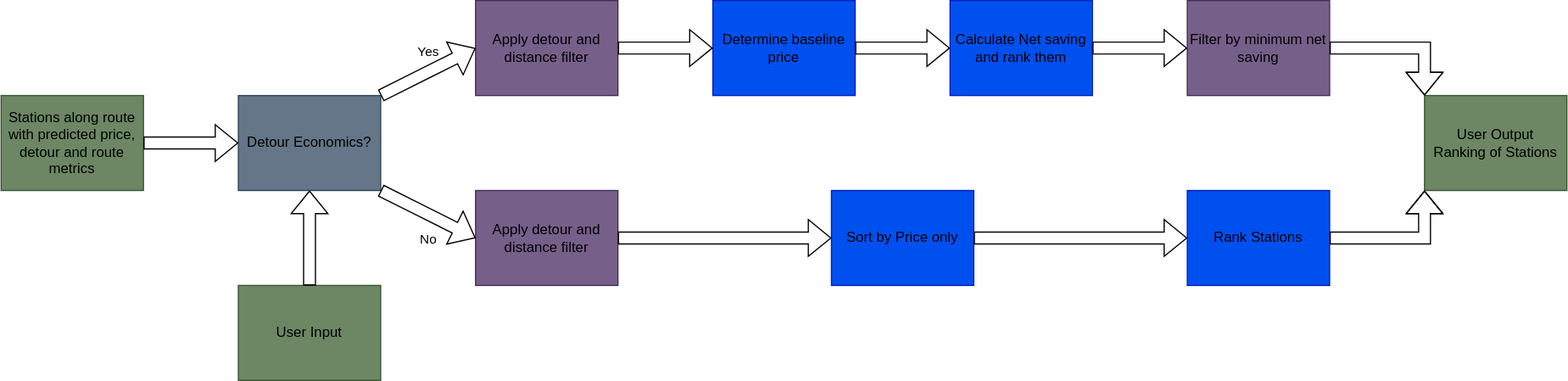
This is structure_graphs/light_theme_recommender.drawio.svg from momade02/ds_project_main, a draw.io export, as it was before one commit. Source tidied: cells renumbered, new cells last; positions are measured from the earlier drawing's top-left corner, leaving out a move shared by most shapes. The source it was exported from:
```xml
<mxGraphModel>
  <root>
    <mxCell id="0" />
    <mxCell id="1" parent="0" />
    <mxCell id="2" value="Detour Economics?" style="rounded=0;whiteSpace=wrap;html=1;fillColor=#647687;strokeColor=#314354;fontColor=#000000;shadow=0;" parent="1" vertex="1">
      <mxGeometry x="200" y="80" width="120" height="80" as="geometry" />
    </mxCell>
    <mxCell id="3" value="&lt;span style=&quot;color: rgb(0, 0, 0);&quot;&gt;Apply detour and distance filter&lt;/span&gt;" style="rounded=0;whiteSpace=wrap;html=1;fillColor=#76608a;strokeColor=#432D57;fontColor=#ffffff;" parent="1" vertex="1">
      <mxGeometry x="400" width="120" height="80" as="geometry" />
    </mxCell>
    <mxCell id="4" value="Determine baseline price" style="rounded=0;whiteSpace=wrap;html=1;fillColor=#0050ef;strokeColor=#001DBC;fontColor=#000000;" parent="1" vertex="1">
      <mxGeometry x="600" width="120" height="80" as="geometry" />
    </mxCell>
    <mxCell id="5" value="Yes" style="shape=flexArrow;endArrow=classic;html=1;rounded=0;entryX=0;entryY=0.5;entryDx=0;entryDy=0;exitX=1;exitY=0;exitDx=0;exitDy=0;fillColor=none;fontColor=#000000;labelBackgroundColor=none;labelPosition=center;verticalLabelPosition=top;align=center;verticalAlign=bottom;spacing=10;strokeColor=#000000;" parent="1" edge="1" source="2" target="3">
      <mxGeometry relative="1" as="geometry" />
    </mxCell>
    <mxCell id="6" style="shape=flexArrow;endArrow=classic;html=1;rounded=0;entryX=0;entryY=0.5;entryDx=0;entryDy=0;exitX=1;exitY=0.5;exitDx=0;exitDy=0;fillColor=none;fontColor=#000000;strokeColor=#000000;" parent="1" edge="1" source="3" target="4">
      <mxGeometry relative="1" as="geometry" />
    </mxCell>
    <mxCell id="7" value="User Output&lt;br&gt;Ranking of Stations" style="rounded=0;whiteSpace=wrap;html=1;fillColor=#6d8764;strokeColor=#3A5431;fontColor=#000000;" parent="1" vertex="1">
      <mxGeometry x="1200" y="80" width="120" height="80" as="geometry" />
    </mxCell>
    <mxCell id="8" value="Stations along route with predicted price, detour and route metrics" style="rounded=0;whiteSpace=wrap;html=1;fillColor=#6d8764;strokeColor=#3A5431;fontColor=#000000;" parent="1" vertex="1">
      <mxGeometry y="80" width="120" height="80" as="geometry" />
    </mxCell>
    <mxCell id="9" style="shape=flexArrow;endArrow=classic;html=1;rounded=0;exitX=1;exitY=0.5;exitDx=0;exitDy=0;entryX=0;entryY=0.5;entryDx=0;entryDy=0;fillColor=none;fontColor=#000000;strokeColor=#000000;" parent="1" edge="1" source="8" target="2">
      <mxGeometry relative="1" as="geometry" />
    </mxCell>
    <mxCell id="10" value="User Input" style="rounded=0;whiteSpace=wrap;html=1;fillColor=#6d8764;strokeColor=#3A5431;fontColor=#000000;" parent="1" vertex="1">
      <mxGeometry x="200" y="240" width="120" height="80" as="geometry" />
    </mxCell>
    <mxCell id="11" style="shape=flexArrow;endArrow=classic;html=1;rounded=0;exitX=0.5;exitY=0;exitDx=0;exitDy=0;entryX=0.5;entryY=1;entryDx=0;entryDy=0;fillColor=none;fontColor=#000000;labelBackgroundColor=none;labelPosition=left;verticalLabelPosition=middle;align=right;verticalAlign=middle;spacing=10;strokeColor=#000000;" parent="1" edge="1" source="10" target="2">
      <mxGeometry relative="1" as="geometry" />
    </mxCell>
    <mxCell id="12" value="Apply detour and distance filter" style="rounded=0;whiteSpace=wrap;html=1;fillColor=#76608a;strokeColor=#432D57;fontColor=#000000;" parent="1" vertex="1">
      <mxGeometry x="400" y="160" width="120" height="80" as="geometry" />
    </mxCell>
    <mxCell id="13" value="No" style="shape=flexArrow;endArrow=classic;html=1;rounded=0;entryX=0;entryY=0.5;entryDx=0;entryDy=0;exitX=1;exitY=1;exitDx=0;exitDy=0;fillColor=none;fontColor=#000000;labelBackgroundColor=none;labelPosition=center;verticalLabelPosition=bottom;align=center;verticalAlign=top;spacing=10;strokeColor=#000000;" parent="1" edge="1" source="2" target="12">
      <mxGeometry relative="1" as="geometry" />
    </mxCell>
    <mxCell id="14" value="Rank Stations" style="rounded=0;whiteSpace=wrap;html=1;fillColor=#0050ef;strokeColor=#001DBC;fontColor=#000000;" parent="1" vertex="1">
      <mxGeometry x="1000" y="160" width="120" height="80" as="geometry" />
    </mxCell>
    <mxCell id="15" style="shape=flexArrow;endArrow=classic;html=1;rounded=0;exitX=1;exitY=0.5;exitDx=0;exitDy=0;fillColor=none;fontColor=#000000;entryX=0;entryY=0.5;entryDx=0;entryDy=0;strokeColor=#000000;" parent="1" edge="1" source="12" target="19">
      <mxGeometry relative="1" as="geometry" />
    </mxCell>
    <mxCell id="16" value="Calculate Net saving and rank them" style="rounded=0;whiteSpace=wrap;html=1;fillColor=#0050ef;strokeColor=#001DBC;fontColor=#000000;" parent="1" vertex="1">
      <mxGeometry x="800" width="120" height="80" as="geometry" />
    </mxCell>
    <mxCell id="17" style="shape=flexArrow;endArrow=classic;html=1;rounded=0;entryX=0;entryY=0.5;entryDx=0;entryDy=0;exitX=1;exitY=0.5;exitDx=0;exitDy=0;fillColor=none;fontColor=#000000;strokeColor=#000000;" parent="1" edge="1" source="4" target="16">
      <mxGeometry relative="1" as="geometry" />
    </mxCell>
    <mxCell id="18" value="Filter by minimum net saving" style="rounded=0;whiteSpace=wrap;html=1;fillColor=#76608a;strokeColor=#432D57;fontColor=#000000;" parent="1" vertex="1">
      <mxGeometry x="1000" width="120" height="80" as="geometry" />
    </mxCell>
    <mxCell id="19" value="Sort by Price only" style="rounded=0;whiteSpace=wrap;html=1;fillColor=#0050ef;strokeColor=#001DBC;fontColor=#000000;" parent="1" vertex="1">
      <mxGeometry x="700" y="160" width="120" height="80" as="geometry" />
    </mxCell>
    <mxCell id="20" style="shape=flexArrow;endArrow=classic;html=1;rounded=0;entryX=0;entryY=0.5;entryDx=0;entryDy=0;exitX=1;exitY=0.5;exitDx=0;exitDy=0;fillColor=none;fontColor=#000000;strokeColor=#000000;" parent="1" edge="1" source="16" target="18">
      <mxGeometry relative="1" as="geometry" />
    </mxCell>
    <mxCell id="21" style="shape=flexArrow;endArrow=classic;html=1;rounded=0;fillColor=none;fontColor=#000000;exitX=1;exitY=0.5;exitDx=0;exitDy=0;entryX=0;entryY=0.5;entryDx=0;entryDy=0;strokeColor=#000000;" parent="1" edge="1" source="19" target="14">
      <mxGeometry relative="1" as="geometry" />
    </mxCell>
    <mxCell id="22" style="shape=flexArrow;endArrow=classic;html=1;rounded=0;entryX=0;entryY=0;entryDx=0;entryDy=0;exitX=1;exitY=0.5;exitDx=0;exitDy=0;fillColor=none;fontColor=#000000;strokeColor=#000000;" parent="1" edge="1" source="18" target="7">
      <mxGeometry relative="1" as="geometry">
        <Array as="points">
          <mxPoint x="1200" y="40" />
        </Array>
      </mxGeometry>
    </mxCell>
    <mxCell id="23" style="shape=flexArrow;endArrow=classic;html=1;rounded=0;entryX=0;entryY=1;entryDx=0;entryDy=0;exitX=1;exitY=0.5;exitDx=0;exitDy=0;fillColor=none;fontColor=#000000;strokeColor=#000000;" parent="1" edge="1" source="14" target="7">
      <mxGeometry relative="1" as="geometry">
        <Array as="points">
          <mxPoint x="1200" y="200" />
        </Array>
      </mxGeometry>
    </mxCell>
  </root>
</mxGraphModel>
```
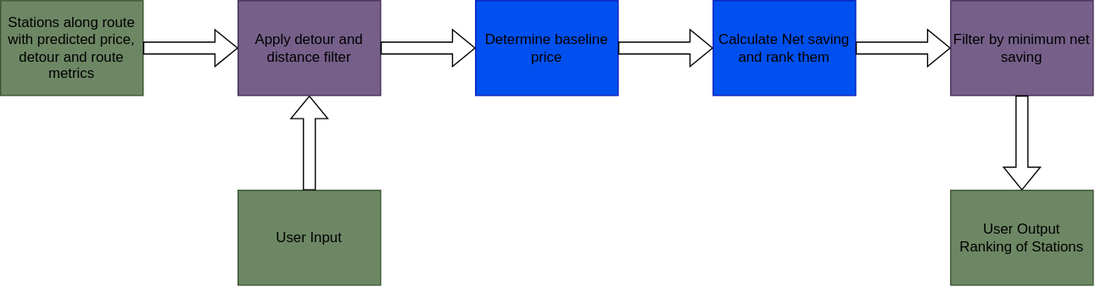
Above is the later version.

Commit message:
Refactor SVG layout and styles for light theme recommender

- Adjusted dimensions and positions of rectangles and text elements for better alignment and visibility.
- Updated fill and stroke colors for various elements to enhance the visual appeal.
- Ensured consistent styling across all components for a cohesive look.

Change to the diagram source:
```diff
@@ -2,48 +2,34 @@
   <root>
     <mxCell id="0" />
     <mxCell id="1" parent="0" />
-    <mxCell id="2" value="Detour Economics?" style="rounded=0;whiteSpace=wrap;html=1;fillColor=#647687;strokeColor=#314354;fontColor=#000000;shadow=0;" parent="1" vertex="1">
-      <mxGeometry x="200" y="80" width="120" height="80" as="geometry" />
-    </mxCell>
     <mxCell id="3" value="&lt;span style=&quot;color: rgb(0, 0, 0);&quot;&gt;Apply detour and distance filter&lt;/span&gt;" style="rounded=0;whiteSpace=wrap;html=1;fillColor=#76608a;strokeColor=#432D57;fontColor=#ffffff;" parent="1" vertex="1">
       <mxGeometry x="400" width="120" height="80" as="geometry" />
     </mxCell>
     <mxCell id="4" value="Determine baseline price" style="rounded=0;whiteSpace=wrap;html=1;fillColor=#0050ef;strokeColor=#001DBC;fontColor=#000000;" parent="1" vertex="1">
       <mxGeometry x="600" width="120" height="80" as="geometry" />
     </mxCell>
-    <mxCell id="5" value="Yes" style="shape=flexArrow;endArrow=classic;html=1;rounded=0;entryX=0;entryY=0.5;entryDx=0;entryDy=0;exitX=1;exitY=0;exitDx=0;exitDy=0;fillColor=none;fontColor=#000000;labelBackgroundColor=none;labelPosition=center;verticalLabelPosition=top;align=center;verticalAlign=bottom;spacing=10;strokeColor=#000000;" parent="1" edge="1" source="2" target="3">
-      <mxGeometry relative="1" as="geometry" />
-    </mxCell>
     <mxCell id="6" style="shape=flexArrow;endArrow=classic;html=1;rounded=0;entryX=0;entryY=0.5;entryDx=0;entryDy=0;exitX=1;exitY=0.5;exitDx=0;exitDy=0;fillColor=none;fontColor=#000000;strokeColor=#000000;" parent="1" edge="1" source="3" target="4">
       <mxGeometry relative="1" as="geometry" />
     </mxCell>
     <mxCell id="7" value="User Output&lt;br&gt;Ranking of Stations" style="rounded=0;whiteSpace=wrap;html=1;fillColor=#6d8764;strokeColor=#3A5431;fontColor=#000000;" parent="1" vertex="1">
-      <mxGeometry x="1200" y="80" width="120" height="80" as="geometry" />
+      <mxGeometry x="1000" y="160" width="120" height="80" as="geometry" />
     </mxCell>
     <mxCell id="8" value="Stations along route with predicted price, detour and route metrics" style="rounded=0;whiteSpace=wrap;html=1;fillColor=#6d8764;strokeColor=#3A5431;fontColor=#000000;" parent="1" vertex="1">
-      <mxGeometry y="80" width="120" height="80" as="geometry" />
+      <mxGeometry x="200" width="120" height="80" as="geometry" />
     </mxCell>
-    <mxCell id="9" style="shape=flexArrow;endArrow=classic;html=1;rounded=0;exitX=1;exitY=0.5;exitDx=0;exitDy=0;entryX=0;entryY=0.5;entryDx=0;entryDy=0;fillColor=none;fontColor=#000000;strokeColor=#000000;" parent="1" edge="1" source="8" target="2">
-      <mxGeometry relative="1" as="geometry" />
+    <mxCell id="9" style="shape=flexArrow;endArrow=classic;html=1;rounded=0;exitX=1;exitY=0.5;exitDx=0;exitDy=0;entryX=0;entryY=0.5;entryDx=0;entryDy=0;fillColor=none;fontColor=#000000;strokeColor=#000000;" parent="1" edge="1" source="8">
+      <mxGeometry relative="1" as="geometry">
+        <mxPoint x="400" y="40" as="targetPoint" />
+      </mxGeometry>
     </mxCell>
     <mxCell id="10" value="User Input" style="rounded=0;whiteSpace=wrap;html=1;fillColor=#6d8764;strokeColor=#3A5431;fontColor=#000000;" parent="1" vertex="1">
-      <mxGeometry x="200" y="240" width="120" height="80" as="geometry" />
+      <mxGeometry x="400" y="160" width="120" height="80" as="geometry" />
     </mxCell>
-    <mxCell id="11" style="shape=flexArrow;endArrow=classic;html=1;rounded=0;exitX=0.5;exitY=0;exitDx=0;exitDy=0;entryX=0.5;entryY=1;entryDx=0;entryDy=0;fillColor=none;fontColor=#000000;labelBackgroundColor=none;labelPosition=left;verticalLabelPosition=middle;align=right;verticalAlign=middle;spacing=10;strokeColor=#000000;" parent="1" edge="1" source="10" target="2">
-      <mxGeometry relative="1" as="geometry" />
+    <mxCell id="11" style="shape=flexArrow;endArrow=classic;html=1;rounded=0;exitX=0.5;exitY=0;exitDx=0;exitDy=0;entryX=0.5;entryY=1;entryDx=0;entryDy=0;fillColor=none;fontColor=#000000;labelBackgroundColor=none;labelPosition=left;verticalLabelPosition=middle;align=right;verticalAlign=middle;spacing=10;strokeColor=#000000;" parent="1" edge="1" source="10">
+      <mxGeometry relative="1" as="geometry">
+        <mxPoint x="460" y="80" as="targetPoint" />
+      </mxGeometry>
     </mxCell>
-    <mxCell id="12" value="Apply detour and distance filter" style="rounded=0;whiteSpace=wrap;html=1;fillColor=#76608a;strokeColor=#432D57;fontColor=#000000;" parent="1" vertex="1">
-      <mxGeometry x="400" y="160" width="120" height="80" as="geometry" />
-    </mxCell>
-    <mxCell id="13" value="No" style="shape=flexArrow;endArrow=classic;html=1;rounded=0;entryX=0;entryY=0.5;entryDx=0;entryDy=0;exitX=1;exitY=1;exitDx=0;exitDy=0;fillColor=none;fontColor=#000000;labelBackgroundColor=none;labelPosition=center;verticalLabelPosition=bottom;align=center;verticalAlign=top;spacing=10;strokeColor=#000000;" parent="1" edge="1" source="2" target="12">
-      <mxGeometry relative="1" as="geometry" />
-    </mxCell>
-    <mxCell id="14" value="Rank Stations" style="rounded=0;whiteSpace=wrap;html=1;fillColor=#0050ef;strokeColor=#001DBC;fontColor=#000000;" parent="1" vertex="1">
-      <mxGeometry x="1000" y="160" width="120" height="80" as="geometry" />
-    </mxCell>
-    <mxCell id="15" style="shape=flexArrow;endArrow=classic;html=1;rounded=0;exitX=1;exitY=0.5;exitDx=0;exitDy=0;fillColor=none;fontColor=#000000;entryX=0;entryY=0.5;entryDx=0;entryDy=0;strokeColor=#000000;" parent="1" edge="1" source="12" target="19">
-      <mxGeometry relative="1" as="geometry" />
-    </mxCell>
     <mxCell id="16" value="Calculate Net saving and rank them" style="rounded=0;whiteSpace=wrap;html=1;fillColor=#0050ef;strokeColor=#001DBC;fontColor=#000000;" parent="1" vertex="1">
       <mxGeometry x="800" width="120" height="80" as="geometry" />
     </mxCell>
@@ -53,28 +39,11 @@
     <mxCell id="18" value="Filter by minimum net saving" style="rounded=0;whiteSpace=wrap;html=1;fillColor=#76608a;strokeColor=#432D57;fontColor=#000000;" parent="1" vertex="1">
       <mxGeometry x="1000" width="120" height="80" as="geometry" />
     </mxCell>
-    <mxCell id="19" value="Sort by Price only" style="rounded=0;whiteSpace=wrap;html=1;fillColor=#0050ef;strokeColor=#001DBC;fontColor=#000000;" parent="1" vertex="1">
-      <mxGeometry x="700" y="160" width="120" height="80" as="geometry" />
-    </mxCell>
     <mxCell id="20" style="shape=flexArrow;endArrow=classic;html=1;rounded=0;entryX=0;entryY=0.5;entryDx=0;entryDy=0;exitX=1;exitY=0.5;exitDx=0;exitDy=0;fillColor=none;fontColor=#000000;strokeColor=#000000;" parent="1" edge="1" source="16" target="18">
       <mxGeometry relative="1" as="geometry" />
     </mxCell>
-    <mxCell id="21" style="shape=flexArrow;endArrow=classic;html=1;rounded=0;fillColor=none;fontColor=#000000;exitX=1;exitY=0.5;exitDx=0;exitDy=0;entryX=0;entryY=0.5;entryDx=0;entryDy=0;strokeColor=#000000;" parent="1" edge="1" source="19" target="14">
-      <mxGeometry relative="1" as="geometry" />
-    </mxCell>
-    <mxCell id="22" style="shape=flexArrow;endArrow=classic;html=1;rounded=0;entryX=0;entryY=0;entryDx=0;entryDy=0;exitX=1;exitY=0.5;exitDx=0;exitDy=0;fillColor=none;fontColor=#000000;strokeColor=#000000;" parent="1" edge="1" source="18" target="7">
-      <mxGeometry relative="1" as="geometry">
-        <Array as="points">
-          <mxPoint x="1200" y="40" />
-        </Array>
-      </mxGeometry>
+    <mxCell id="22" style="shape=flexArrow;endArrow=classic;html=1;rounded=0;entryX=0.5;entryY=0;entryDx=0;entryDy=0;exitX=0.5;exitY=1;exitDx=0;exitDy=0;fillColor=none;fontColor=#000000;strokeColor=#000000;" parent="1" edge="1" source="18" target="7">
+      <mxGeometry relative="1" as="geometry" />
     </mxCell>
-    <mxCell id="23" style="shape=flexArrow;endArrow=classic;html=1;rounded=0;entryX=0;entryY=1;entryDx=0;entryDy=0;exitX=1;exitY=0.5;exitDx=0;exitDy=0;fillColor=none;fontColor=#000000;strokeColor=#000000;" parent="1" edge="1" source="14" target="7">
-      <mxGeometry relative="1" as="geometry">
-        <Array as="points">
-          <mxPoint x="1200" y="200" />
-        </Array>
-      </mxGeometry>
-    </mxCell>
   </root>
 </mxGraphModel>
```
